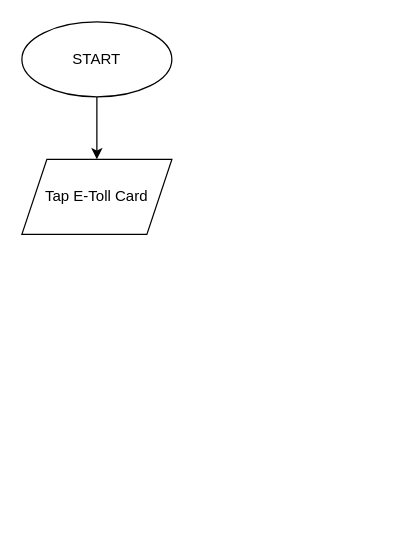
Above: flowchart-EToll.drawio in PashaAkbar/Anwaripasha-Akbar-EToll (draw.io), before the change. Source tidied: cells renumbered, new cells numbered last; positions are measured from the earlier drawing's top-left corner, leaving out a move shared by most shapes. Both pictures are drawn from the tidied source at 125%, with x=0, y=0 at pixel (21, 21).
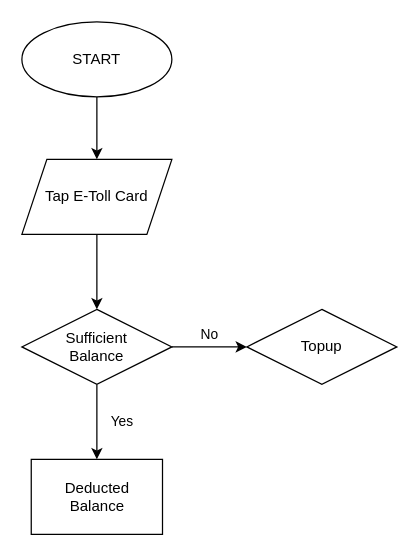
Above is the later version.

Commit message:
Membuat Decision Sufficient Balance, Process Deducted Balance, dan Decision Topup

What changed in the source:
```diff
@@
 <mxGraphModel>
   <root>
     <mxCell id="0" />
     <mxCell id="1" parent="0" />
     <mxCell id="2" style="edgeStyle=none;html=1;" parent="1" edge="1" source="3" target="4">
       <mxGeometry relative="1" as="geometry" />
     </mxCell>
     <mxCell id="3" value="START" style="ellipse;whiteSpace=wrap;html=1;" parent="1" vertex="1">
       <mxGeometry width="120" height="60" as="geometry" />
     </mxCell>
+    <mxCell id="5" style="edgeStyle=none;html=1;" parent="1" edge="1" source="4" target="8">
+      <mxGeometry relative="1" as="geometry" />
+    </mxCell>
     <mxCell id="4" value="Tap E-Toll Card" style="shape=parallelogram;perimeter=parallelogramPerimeter;whiteSpace=wrap;html=1;fixedSize=1;" parent="1" vertex="1">
       <mxGeometry y="110" width="120" height="60" as="geometry" />
     </mxCell>
+    <mxCell id="6" value="Yes" style="edgeStyle=none;html=1;" parent="1" edge="1" source="8" target="10">
+      <mxGeometry y="20" relative="1" as="geometry" />
+    </mxCell>
+    <mxCell id="7" value="No" style="edgeStyle=none;html=1;" parent="1" edge="1" source="8" target="9">
+      <mxGeometry y="10" relative="1" as="geometry" />
+    </mxCell>
+    <mxCell id="8" value="Sufficient&lt;br&gt;Balance" style="rhombus;whiteSpace=wrap;html=1;" parent="1" vertex="1">
+      <mxGeometry y="230" width="120" height="60" as="geometry" />
+    </mxCell>
+    <mxCell id="9" value="Topup" style="rhombus;whiteSpace=wrap;html=1;" parent="1" vertex="1">
+      <mxGeometry x="180" y="230" width="120" height="60" as="geometry" />
+    </mxCell>
+    <mxCell id="10" value="Deducted&lt;br&gt;Balance" style="rounded=0;whiteSpace=wrap;html=1;" parent="1" vertex="1">
+      <mxGeometry x="7.5" y="350" width="105" height="60" as="geometry" />
+    </mxCell>
   </root>
 </mxGraphModel>
```
